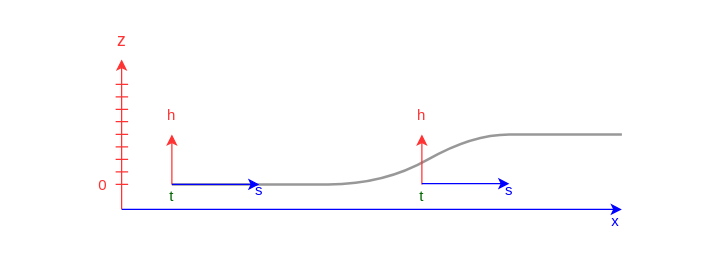
Above: page "Page-8" (8 of 9) of Untitled Diagram.drawio in IMGSaibh/Links (draw.io), before the change. Source tidied: cells renumbered, new cells numbered last; positions are measured from the earlier drawing's top-left corner, leaving out a move shared by most shapes. Both pictures are drawn from the tidied source at 125%, with x=0, y=0 at pixel (84, 21).
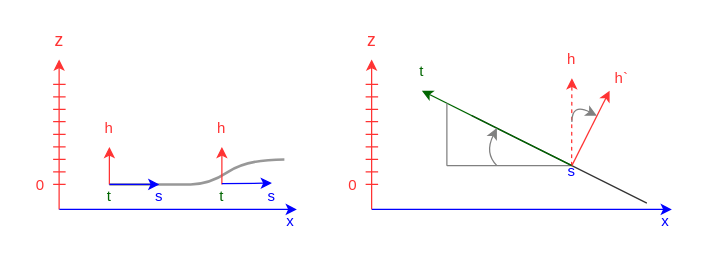
Above is the later version.

Change to the diagram source:
```diff
@@
     <mxCell id="2" style="endArrow=classic;html=1;rounded=0;endFill=1;strokeColor=#FF3333;strokeWidth=1;" parent="1" edge="1">
       <mxGeometry relative="1" as="geometry">
-        <mxPoint x="29.8" y="150" as="sourcePoint" />
-        <mxPoint x="29.8" y="30" as="targetPoint" />
+        <mxPoint x="-20.2" y="150" as="sourcePoint" />
+        <mxPoint x="-20.2" y="30" as="targetPoint" />
       </mxGeometry>
     </mxCell>
     <mxCell id="3" value="&lt;font style=&quot;font-size: 14px&quot; color=&quot;#FF3333&quot;&gt;z&lt;/font&gt;" style="text;html=1;strokeColor=none;fillColor=none;align=center;verticalAlign=middle;whiteSpace=wrap;rounded=0;" parent="1" vertex="1">
-      <mxGeometry width="60" height="30" as="geometry" />
+      <mxGeometry x="-50" width="60" height="30" as="geometry" />
     </mxCell>
     <mxCell id="4" style="endArrow=classic;html=1;rounded=0;endFill=1;strokeColor=#0000FF;strokeWidth=1;" parent="1" edge="1">
       <mxGeometry relative="1" as="geometry">
-        <mxPoint x="30" y="150" as="sourcePoint" />
-        <mxPoint x="430" y="150" as="targetPoint" />
+        <mxPoint x="-20" y="150" as="sourcePoint" />
+        <mxPoint x="170" y="150" as="targetPoint" />
       </mxGeometry>
     </mxCell>
     <mxCell id="5" value="&lt;font color=&quot;#0000FF&quot;&gt;x&lt;/font&gt;" style="text;html=1;strokeColor=none;fillColor=none;align=center;verticalAlign=middle;whiteSpace=wrap;rounded=0;" parent="1" vertex="1">
-      <mxGeometry x="410" y="150" width="30" height="20" as="geometry" />
+      <mxGeometry x="150" y="150" width="30" height="20" as="geometry" />
     </mxCell>
     <mxCell id="6" style="curved=1;endArrow=none;html=1;rounded=0;fontSize=14;fontColor=#0000FF;strokeColor=#333333;strokeWidth=2;opacity=50;endFill=0;" parent="1" edge="1">
       <mxGeometry relative="1" as="geometry">
-        <mxPoint x="70" y="130" as="sourcePoint" />
-        <mxPoint x="430" y="90" as="targetPoint" />
+        <mxPoint x="20" y="130" as="sourcePoint" />
+        <mxPoint x="160" y="110" as="targetPoint" />
         <Array as="points">
-          <mxPoint x="150" y="130" />
-          <mxPoint x="240" y="130" />
-          <mxPoint x="310" y="90" />
-          <mxPoint x="370" y="90" />
+          <mxPoint x="70" y="130" />
+          <mxPoint x="100" y="130" />
+          <mxPoint x="130" y="110" />
         </Array>
       </mxGeometry>
     </mxCell>
     <mxCell id="7" style="endArrow=classic;html=1;rounded=0;endFill=1;strokeColor=#FF3333;strokeWidth=1;" parent="1" edge="1">
       <mxGeometry relative="1" as="geometry">
-        <mxPoint x="70" y="130" as="sourcePoint" />
-        <mxPoint x="70" y="90" as="targetPoint" />
+        <mxPoint x="20" y="130" as="sourcePoint" />
+        <mxPoint x="20" y="100" as="targetPoint" />
       </mxGeometry>
     </mxCell>
     <mxCell id="8" value="&lt;font color=&quot;#FF3333&quot;&gt;h&lt;/font&gt;" style="text;html=1;strokeColor=none;fillColor=none;align=center;verticalAlign=middle;whiteSpace=wrap;rounded=0;" parent="1" vertex="1">
-      <mxGeometry x="60" y="70" width="20" height="10" as="geometry" />
+      <mxGeometry x="10" y="80" width="20" height="10" as="geometry" />
     </mxCell>
     <mxCell id="9" value="&lt;font color=&quot;#006600&quot;&gt;t&lt;/font&gt;" style="text;html=1;strokeColor=none;fillColor=none;align=center;verticalAlign=middle;whiteSpace=wrap;rounded=0;" parent="1" vertex="1">
-      <mxGeometry x="60" y="130" width="20" height="20" as="geometry" />
+      <mxGeometry x="10" y="130" width="20" height="20" as="geometry" />
     </mxCell>
     <mxCell id="10" style="endArrow=classic;html=1;rounded=0;endFill=1;strokeColor=#0000FF;strokeWidth=1;" parent="1" edge="1">
       <mxGeometry relative="1" as="geometry">
-        <mxPoint x="70" y="130" as="sourcePoint" />
-        <mxPoint x="140" y="130" as="targetPoint" />
+        <mxPoint x="20" y="130" as="sourcePoint" />
+        <mxPoint x="60" y="130" as="targetPoint" />
       </mxGeometry>
     </mxCell>
     <mxCell id="11" value="&lt;font color=&quot;#0000FF&quot;&gt;s&lt;/font&gt;" style="text;html=1;strokeColor=none;fillColor=none;align=center;verticalAlign=middle;whiteSpace=wrap;rounded=0;" parent="1" vertex="1">
-      <mxGeometry x="130" y="130" width="20" height="10" as="geometry" />
+      <mxGeometry x="50" y="135" width="20" height="10" as="geometry" />
     </mxCell>
     <mxCell id="12" style="endArrow=classic;html=1;rounded=0;endFill=1;strokeColor=#FF3333;strokeWidth=1;" parent="1" edge="1">
       <mxGeometry relative="1" as="geometry">
-        <mxPoint x="270" y="130" as="sourcePoint" />
-        <mxPoint x="270" y="90" as="targetPoint" />
+        <mxPoint x="110" y="130" as="sourcePoint" />
+        <mxPoint x="110" y="100" as="targetPoint" />
       </mxGeometry>
     </mxCell>
     <mxCell id="13" value="&lt;font color=&quot;#006600&quot;&gt;t&lt;/font&gt;" style="text;html=1;strokeColor=none;fillColor=none;align=center;verticalAlign=middle;whiteSpace=wrap;rounded=0;" parent="1" vertex="1">
-      <mxGeometry x="260" y="130" width="20" height="20" as="geometry" />
+      <mxGeometry x="100" y="130" width="20" height="20" as="geometry" />
     </mxCell>
     <mxCell id="14" style="endArrow=classic;html=1;rounded=0;endFill=1;strokeColor=#0000FF;strokeWidth=1;" parent="1" edge="1">
       <mxGeometry relative="1" as="geometry">
-        <mxPoint x="270" y="129.4" as="sourcePoint" />
-        <mxPoint x="340" y="129.4" as="targetPoint" />
+        <mxPoint x="110" y="129.4" as="sourcePoint" />
+        <mxPoint x="150" y="129" as="targetPoint" />
       </mxGeometry>
     </mxCell>
     <mxCell id="15" value="&lt;font color=&quot;#0000FF&quot;&gt;s&lt;/font&gt;" style="text;html=1;strokeColor=none;fillColor=none;align=center;verticalAlign=middle;whiteSpace=wrap;rounded=0;" parent="1" vertex="1">
-      <mxGeometry x="330" y="130" width="20" height="10" as="geometry" />
+      <mxGeometry x="140" y="135" width="20" height="10" as="geometry" />
     </mxCell>
     <mxCell id="16" value="&lt;font color=&quot;#FF3333&quot;&gt;h&lt;/font&gt;" style="text;html=1;strokeColor=none;fillColor=none;align=center;verticalAlign=middle;whiteSpace=wrap;rounded=0;" parent="1" vertex="1">
-      <mxGeometry x="260" y="70" width="20" height="10" as="geometry" />
+      <mxGeometry x="100" y="80" width="20" height="10" as="geometry" />
     </mxCell>
     <mxCell id="17" value="&lt;font color=&quot;#FF3333&quot;&gt;0&lt;/font&gt;" style="text;html=1;strokeColor=none;fillColor=none;align=center;verticalAlign=middle;whiteSpace=wrap;rounded=0;" parent="1" vertex="1">
-      <mxGeometry x="10" y="130" width="10" as="geometry" />
+      <mxGeometry x="-40" y="130" width="10" as="geometry" />
     </mxCell>
     <mxCell id="18" style="endArrow=none;html=1;rounded=0;fontSize=14;fontColor=#FF3333;strokeColor=#FF3333;strokeWidth=1;" parent="1" edge="1">
       <mxGeometry relative="1" as="geometry">
-        <mxPoint x="25" y="70" as="sourcePoint" />
-        <mxPoint x="35" y="70" as="targetPoint" />
+        <mxPoint x="-25" y="70" as="sourcePoint" />
+        <mxPoint x="-15" y="70" as="targetPoint" />
       </mxGeometry>
     </mxCell>
     <mxCell id="19" style="endArrow=none;html=1;rounded=0;fontSize=14;fontColor=#FF3333;strokeColor=#FF3333;strokeWidth=1;" parent="1" edge="1">
       <mxGeometry relative="1" as="geometry">
-        <mxPoint x="25" y="79.8" as="sourcePoint" />
-        <mxPoint x="35" y="79.8" as="targetPoint" />
+        <mxPoint x="-25" y="79.8" as="sourcePoint" />
+        <mxPoint x="-15" y="79.8" as="targetPoint" />
       </mxGeometry>
     </mxCell>
     <mxCell id="20" style="endArrow=none;html=1;rounded=0;fontSize=14;fontColor=#FF3333;strokeColor=#FF3333;strokeWidth=1;" parent="1" edge="1">
       <mxGeometry relative="1" as="geometry">
-        <mxPoint x="25" y="90" as="sourcePoint" />
-        <mxPoint x="35" y="90" as="targetPoint" />
+        <mxPoint x="-25" y="90" as="sourcePoint" />
+        <mxPoint x="-15" y="90" as="targetPoint" />
       </mxGeometry>
     </mxCell>
     <mxCell id="21" style="endArrow=none;html=1;rounded=0;fontSize=14;fontColor=#FF3333;strokeColor=#FF3333;strokeWidth=1;" parent="1" edge="1">
       <mxGeometry relative="1" as="geometry">
-        <mxPoint x="25" y="100" as="sourcePoint" />
-        <mxPoint x="35" y="100" as="targetPoint" />
+        <mxPoint x="-25" y="100" as="sourcePoint" />
+        <mxPoint x="-15" y="100" as="targetPoint" />
       </mxGeometry>
     </mxCell>
     <mxCell id="22" style="endArrow=none;html=1;rounded=0;fontSize=14;fontColor=#FF3333;strokeColor=#FF3333;strokeWidth=1;" parent="1" edge="1">
       <mxGeometry relative="1" as="geometry">
-        <mxPoint x="25" y="110" as="sourcePoint" />
-        <mxPoint x="35" y="110" as="targetPoint" />
+        <mxPoint x="-25" y="110" as="sourcePoint" />
+        <mxPoint x="-15" y="110" as="targetPoint" />
       </mxGeometry>
     </mxCell>
     <mxCell id="23" style="endArrow=none;html=1;rounded=0;fontSize=14;fontColor=#FF3333;strokeColor=#FF3333;strokeWidth=1;" parent="1" edge="1">
       <mxGeometry relative="1" as="geometry">
-        <mxPoint x="25" y="120" as="sourcePoint" />
-        <mxPoint x="35" y="120" as="targetPoint" />
+        <mxPoint x="-25" y="120" as="sourcePoint" />
+        <mxPoint x="-15" y="120" as="targetPoint" />
       </mxGeometry>
     </mxCell>
     <mxCell id="24" style="endArrow=none;html=1;rounded=0;fontSize=14;fontColor=#FF3333;strokeColor=#FF3333;strokeWidth=1;" parent="1" edge="1">
       <mxGeometry relative="1" as="geometry">
-        <mxPoint x="25" y="130" as="sourcePoint" />
-        <mxPoint x="35" y="130" as="targetPoint" />
+        <mxPoint x="-25" y="130" as="sourcePoint" />
+        <mxPoint x="-15" y="130" as="targetPoint" />
       </mxGeometry>
     </mxCell>
     <mxCell id="25" style="endArrow=none;html=1;rounded=0;fontSize=14;fontColor=#FF3333;strokeColor=#FF3333;strokeWidth=1;" parent="1" edge="1">
       <mxGeometry relative="1" as="geometry">
-        <mxPoint x="25" y="60" as="sourcePoint" />
-        <mxPoint x="35" y="60" as="targetPoint" />
+        <mxPoint x="-25" y="60" as="sourcePoint" />
+        <mxPoint x="-15" y="60" as="targetPoint" />
       </mxGeometry>
     </mxCell>
     <mxCell id="26" style="endArrow=none;html=1;rounded=0;fontSize=14;fontColor=#FF3333;strokeColor=#FF3333;strokeWidth=1;" parent="1" edge="1">
       <mxGeometry relative="1" as="geometry">
-        <mxPoint x="25" y="50" as="sourcePoint" />
-        <mxPoint x="35" y="50" as="targetPoint" />
+        <mxPoint x="-25" y="50" as="sourcePoint" />
+        <mxPoint x="-15" y="50" as="targetPoint" />
       </mxGeometry>
     </mxCell>
+    <mxCell id="27" style="group;" parent="1" vertex="1">
+      <mxGeometry x="200" width="280" height="170" as="geometry" />
+    </mxCell>
+    <mxCell id="28" style="endArrow=classic;html=1;rounded=0;endFill=1;strokeColor=#FF3333;strokeWidth=1;" parent="27" edge="1">
+      <mxGeometry relative="1" as="geometry">
+        <mxPoint x="29.8" y="150" as="sourcePoint" />
+        <mxPoint x="29.8" y="30" as="targetPoint" />
+      </mxGeometry>
+    </mxCell>
+    <mxCell id="29" value="&lt;font style=&quot;font-size: 14px&quot; color=&quot;#FF3333&quot;&gt;z&lt;/font&gt;" style="text;html=1;strokeColor=none;fillColor=none;align=center;verticalAlign=middle;whiteSpace=wrap;rounded=0;" parent="27" vertex="1">
+      <mxGeometry width="60" height="30" as="geometry" />
+    </mxCell>
+    <mxCell id="30" style="endArrow=classic;html=1;rounded=0;endFill=1;strokeColor=#0000FF;strokeWidth=1;" parent="27" edge="1">
+      <mxGeometry relative="1" as="geometry">
+        <mxPoint x="30" y="150" as="sourcePoint" />
+        <mxPoint x="270" y="150" as="targetPoint" />
+      </mxGeometry>
+    </mxCell>
+    <mxCell id="31" value="&lt;font color=&quot;#0000FF&quot;&gt;x&lt;/font&gt;" style="text;html=1;strokeColor=none;fillColor=none;align=center;verticalAlign=middle;whiteSpace=wrap;rounded=0;" parent="27" vertex="1">
+      <mxGeometry x="250" y="150" width="30" height="20" as="geometry" />
+    </mxCell>
+    <mxCell id="32" style="endArrow=classic;html=1;rounded=0;endFill=1;strokeColor=#FF3333;strokeWidth=1;dashed=1;" parent="27" edge="1">
+      <mxGeometry relative="1" as="geometry">
+        <mxPoint x="189.8" y="115" as="sourcePoint" />
+        <mxPoint x="190" y="45" as="targetPoint" />
+      </mxGeometry>
+    </mxCell>
+    <mxCell id="33" value="&lt;font color=&quot;#FF3333&quot;&gt;h&lt;/font&gt;" style="text;html=1;strokeColor=none;fillColor=none;align=center;verticalAlign=middle;whiteSpace=wrap;rounded=0;" parent="27" vertex="1">
+      <mxGeometry x="180" y="25" width="20" height="10" as="geometry" />
+    </mxCell>
+    <mxCell id="34" value="&lt;font color=&quot;#006600&quot;&gt;t&lt;/font&gt;" style="text;html=1;strokeColor=none;fillColor=none;align=center;verticalAlign=middle;whiteSpace=wrap;rounded=0;" parent="27" vertex="1">
+      <mxGeometry x="60" y="30" width="20" height="20" as="geometry" />
+    </mxCell>
+    <mxCell id="35" style="endArrow=none;html=1;rounded=0;endFill=0;strokeColor=#808080;strokeWidth=1;" parent="27" edge="1">
+      <mxGeometry relative="1" as="geometry">
+        <mxPoint x="90" y="115" as="sourcePoint" />
+        <mxPoint x="190" y="115" as="targetPoint" />
+      </mxGeometry>
+    </mxCell>
+    <mxCell id="36" value="&lt;font color=&quot;#0000FF&quot;&gt;s&lt;/font&gt;" style="text;html=1;strokeColor=none;fillColor=none;align=center;verticalAlign=middle;whiteSpace=wrap;rounded=0;" parent="27" vertex="1">
+      <mxGeometry x="180" y="115" width="20" height="10" as="geometry" />
+    </mxCell>
+    <mxCell id="37" value="&lt;font color=&quot;#FF3333&quot;&gt;0&lt;/font&gt;" style="text;html=1;strokeColor=none;fillColor=none;align=center;verticalAlign=middle;whiteSpace=wrap;rounded=0;" parent="27" vertex="1">
+      <mxGeometry x="10" y="130" width="10" as="geometry" />
+    </mxCell>
+    <mxCell id="38" style="endArrow=none;html=1;rounded=0;fontSize=14;fontColor=#FF3333;strokeColor=#FF3333;strokeWidth=1;" parent="27" edge="1">
+      <mxGeometry relative="1" as="geometry">
+        <mxPoint x="25" y="70" as="sourcePoint" />
+        <mxPoint x="35" y="70" as="targetPoint" />
+      </mxGeometry>
+    </mxCell>
+    <mxCell id="39" style="endArrow=none;html=1;rounded=0;fontSize=14;fontColor=#FF3333;strokeColor=#FF3333;strokeWidth=1;" parent="27" edge="1">
+      <mxGeometry relative="1" as="geometry">
+        <mxPoint x="25" y="79.8" as="sourcePoint" />
+        <mxPoint x="35" y="79.8" as="targetPoint" />
+      </mxGeometry>
+    </mxCell>
+    <mxCell id="40" style="endArrow=none;html=1;rounded=0;fontSize=14;fontColor=#FF3333;strokeColor=#FF3333;strokeWidth=1;" parent="27" edge="1">
+      <mxGeometry relative="1" as="geometry">
+        <mxPoint x="25" y="90" as="sourcePoint" />
+        <mxPoint x="35" y="90" as="targetPoint" />
+      </mxGeometry>
+    </mxCell>
+    <mxCell id="41" style="endArrow=none;html=1;rounded=0;fontSize=14;fontColor=#FF3333;strokeColor=#FF3333;strokeWidth=1;" parent="27" edge="1">
+      <mxGeometry relative="1" as="geometry">
+        <mxPoint x="25" y="100" as="sourcePoint" />
+        <mxPoint x="35" y="100" as="targetPoint" />
+      </mxGeometry>
+    </mxCell>
+    <mxCell id="42" style="endArrow=none;html=1;rounded=0;fontSize=14;fontColor=#FF3333;strokeColor=#FF3333;strokeWidth=1;" parent="27" edge="1">
+      <mxGeometry relative="1" as="geometry">
+        <mxPoint x="25" y="110" as="sourcePoint" />
+        <mxPoint x="35" y="110" as="targetPoint" />
+      </mxGeometry>
+    </mxCell>
+    <mxCell id="43" style="endArrow=none;html=1;rounded=0;fontSize=14;fontColor=#FF3333;strokeColor=#FF3333;strokeWidth=1;" parent="27" edge="1">
+      <mxGeometry relative="1" as="geometry">
+        <mxPoint x="25" y="120" as="sourcePoint" />
+        <mxPoint x="35" y="120" as="targetPoint" />
+      </mxGeometry>
+    </mxCell>
+    <mxCell id="44" style="endArrow=none;html=1;rounded=0;fontSize=14;fontColor=#FF3333;strokeColor=#FF3333;strokeWidth=1;" parent="27" edge="1">
+      <mxGeometry relative="1" as="geometry">
+        <mxPoint x="25" y="130" as="sourcePoint" />
+        <mxPoint x="35" y="130" as="targetPoint" />
+      </mxGeometry>
+    </mxCell>
+    <mxCell id="45" style="endArrow=none;html=1;rounded=0;fontSize=14;fontColor=#FF3333;strokeColor=#FF3333;strokeWidth=1;" parent="27" edge="1">
+      <mxGeometry relative="1" as="geometry">
+        <mxPoint x="25" y="60" as="sourcePoint" />
+        <mxPoint x="35" y="60" as="targetPoint" />
+      </mxGeometry>
+    </mxCell>
+    <mxCell id="46" style="endArrow=none;html=1;rounded=0;fontSize=14;fontColor=#FF3333;strokeColor=#FF3333;strokeWidth=1;" parent="27" edge="1">
+      <mxGeometry relative="1" as="geometry">
+        <mxPoint x="25" y="50" as="sourcePoint" />
+        <mxPoint x="35" y="50" as="targetPoint" />
+      </mxGeometry>
+    </mxCell>
+    <mxCell id="47" style="endArrow=none;html=1;rounded=0;fontColor=#006600;strokeColor=#333333;strokeWidth=1;" parent="27" edge="1">
+      <mxGeometry relative="1" as="geometry">
+        <mxPoint x="110" y="75" as="sourcePoint" />
+        <mxPoint x="250" y="145" as="targetPoint" />
+      </mxGeometry>
+    </mxCell>
+    <mxCell id="48" style="endArrow=classic;html=1;rounded=0;endFill=1;strokeColor=#006600;strokeWidth=1;" parent="27" edge="1">
+      <mxGeometry relative="1" as="geometry">
+        <mxPoint x="190" y="115" as="sourcePoint" />
+        <mxPoint x="70" y="55" as="targetPoint" />
+      </mxGeometry>
+    </mxCell>
+    <mxCell id="49" style="endArrow=none;html=1;rounded=0;endFill=0;strokeColor=#808080;strokeWidth=1;" parent="27" edge="1">
+      <mxGeometry relative="1" as="geometry">
+        <mxPoint x="90" y="115" as="sourcePoint" />
+        <mxPoint x="90" y="65" as="targetPoint" />
+      </mxGeometry>
+    </mxCell>
+    <mxCell id="50" value="&lt;font color=&quot;#FF3333&quot;&gt;h`&lt;/font&gt;" style="text;html=1;strokeColor=none;fillColor=none;align=center;verticalAlign=middle;whiteSpace=wrap;rounded=0;" parent="27" vertex="1">
+      <mxGeometry x="220" y="40" width="20" height="10" as="geometry" />
+    </mxCell>
+    <mxCell id="51" style="endArrow=classic;html=1;rounded=0;endFill=1;strokeColor=#FF3333;strokeWidth=1;" parent="27" edge="1">
+      <mxGeometry relative="1" as="geometry">
+        <mxPoint x="190" y="115" as="sourcePoint" />
+        <mxPoint x="220.2" y="55" as="targetPoint" />
+      </mxGeometry>
+    </mxCell>
+    <mxCell id="52" style="curved=1;endArrow=classic;html=1;rounded=0;fontColor=#FF3333;strokeColor=#808080;strokeWidth=1;" parent="27" edge="1">
+      <mxGeometry relative="1" as="geometry">
+        <mxPoint x="190" y="80" as="sourcePoint" />
+        <mxPoint x="210" y="75" as="targetPoint" />
+        <Array as="points">
+          <mxPoint x="190" y="65" />
+        </Array>
+      </mxGeometry>
+    </mxCell>
+    <mxCell id="53" style="curved=1;endArrow=classic;html=1;rounded=0;fontColor=#FF3333;strokeColor=#808080;strokeWidth=1;" parent="27" edge="1">
+      <mxGeometry relative="1" as="geometry">
+        <mxPoint x="130" y="115" as="sourcePoint" />
+        <mxPoint x="130" y="85" as="targetPoint" />
+        <Array as="points">
+          <mxPoint x="120" y="105" />
+        </Array>
+      </mxGeometry>
+    </mxCell>
```
